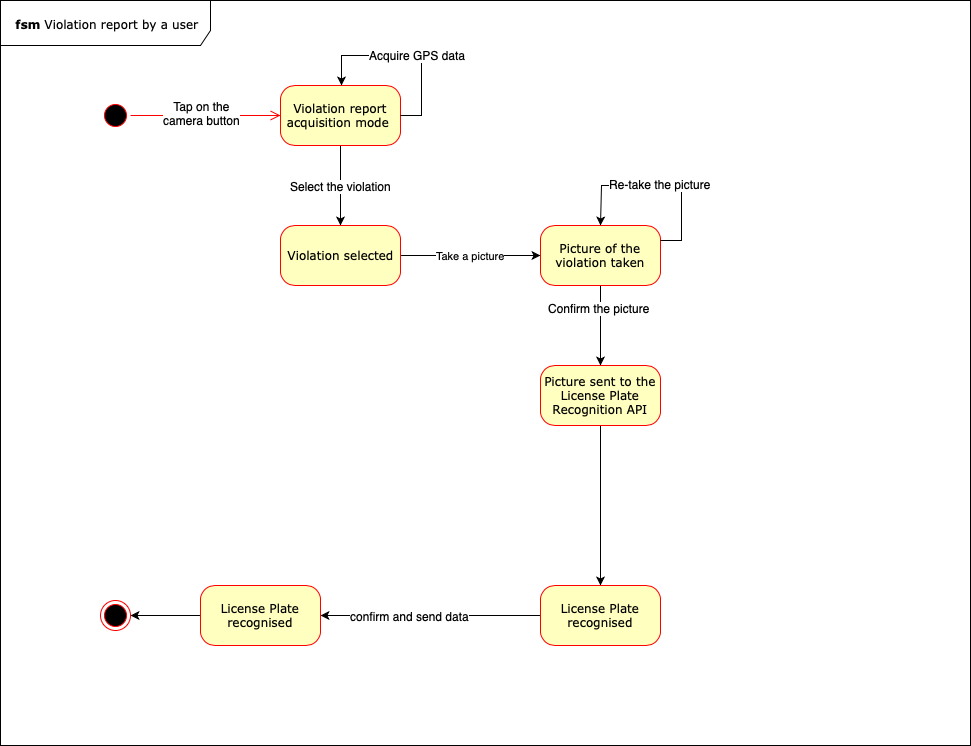
Before: RASD/Images/State_Charts/StateChart_InviaViolazione.png, a diagram exported from draw.io (ste7en/Software-Engineering-2-project-PoliMi). Source tidied: cells renumbered, new cells last; positions are measured from the earlier drawing's top-left corner, leaving out a move shared by most shapes.
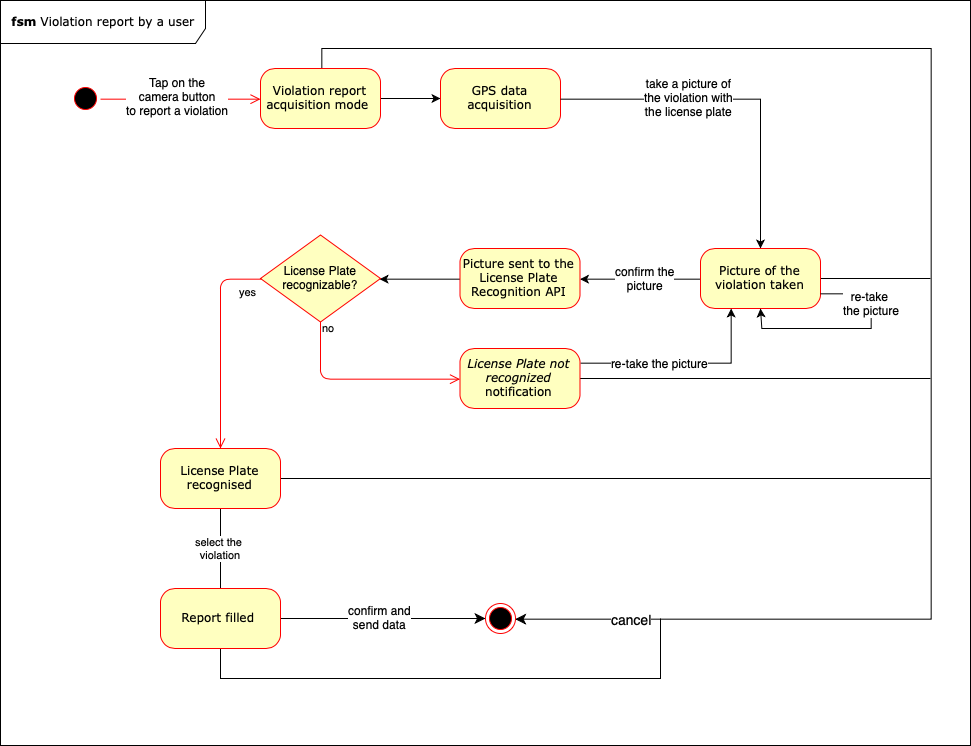
The same diagram one commit later.

Commit message:
Added StateChart_InviaViolazione.png v3 StateChart_InviaViolazione v3

The edit, as a diff of the source:
```diff
@@ -2,93 +2,152 @@
   <root>
     <mxCell id="0" />
     <mxCell id="1" parent="0" />
-    <mxCell id="2" value="&lt;b&gt;fsm &lt;/b&gt;Violation report by a user" style="shape=umlFrame;whiteSpace=wrap;html=1;rounded=1;shadow=0;comic=0;labelBackgroundColor=none;strokeColor=#000000;strokeWidth=1;fillColor=#ffffff;fontFamily=Verdana;fontSize=12;fontColor=#000000;align=center;width=210;height=45;" parent="1" vertex="1">
-      <mxGeometry width="970" height="745" as="geometry" />
+    <mxCell id="2" value="&lt;b&gt;fsm &lt;/b&gt;Violation report by a user" style="shape=umlFrame;whiteSpace=wrap;html=1;rounded=1;shadow=0;comic=0;labelBackgroundColor=none;strokeColor=#000000;strokeWidth=1;fillColor=#ffffff;fontFamily=Verdana;fontSize=12;fontColor=#000000;align=center;width=205;height=43;" parent="1" vertex="1">
+      <mxGeometry x="10" y="17" width="970" height="745" as="geometry" />
     </mxCell>
     <mxCell id="3" style="ellipse;html=1;shape=startState;fillColor=#000000;strokeColor=#ff0000;rounded=1;shadow=0;comic=0;labelBackgroundColor=none;fontFamily=Verdana;fontSize=12;fontColor=#000000;align=center;direction=south;" parent="1" vertex="1">
-      <mxGeometry x="100" y="100" width="30" height="30" as="geometry" />
+      <mxGeometry x="80" y="100" width="30" height="30" as="geometry" />
     </mxCell>
-    <mxCell id="4" style="edgeStyle=orthogonalEdgeStyle;rounded=0;jettySize=auto;html=1;" parent="1" edge="1" source="6" target="8">
-      <mxGeometry relative="1" as="geometry" />
-    </mxCell>
-    <mxCell id="5" value="Select the violation" style="text;html=1;align=center;verticalAlign=middle;labelBackgroundColor=#ffffff;" parent="4" vertex="1">
-      <mxGeometry relative="1" as="geometry" />
-    </mxCell>
+    <mxCell id="26" style="edgeStyle=orthogonalEdgeStyle;rounded=0;jettySize=auto;html=1;" parent="1" edge="1" source="6" target="29">
+      <mxGeometry relative="1" as="geometry" />
+    </mxCell>
+    <mxCell id="27" style="edgeStyle=orthogonalEdgeStyle;rounded=0;jettySize=auto;html=1;entryX=1;entryY=0.5;entryDx=0;entryDy=0;endSize=8;" parent="1" edge="1" source="6" target="25">
+      <mxGeometry relative="1" as="geometry">
+        <Array as="points">
+          <mxPoint x="331" y="65" />
+          <mxPoint x="940" y="65" />
+          <mxPoint x="940" y="636" />
+        </Array>
+      </mxGeometry>
+    </mxCell>
+    <mxCell id="28" value="cancel" style="text;html=1;align=center;verticalAlign=middle;labelBackgroundColor=#ffffff;fontSize=14;" parent="27" vertex="1">
+      <mxGeometry x="0.58" relative="1" as="geometry">
+        <mxPoint x="-226" y="-0.5" as="offset" />
+      </mxGeometry>
+    </mxCell>
     <mxCell id="6" value="Violation report acquisition mode&amp;nbsp;" style="rounded=1;whiteSpace=wrap;html=1;arcSize=24;fillColor=#ffffc0;strokeColor=#ff0000;shadow=0;comic=0;labelBackgroundColor=none;fontFamily=Verdana;fontSize=12;fontColor=#000000;align=center;" parent="1" vertex="1">
-      <mxGeometry x="280" y="85" width="120" height="60" as="geometry" />
+      <mxGeometry x="270" y="85" width="120" height="60" as="geometry" />
     </mxCell>
-    <mxCell id="7" value="Take a picture" style="edgeStyle=orthogonalEdgeStyle;rounded=0;jettySize=auto;html=1;" parent="1" edge="1" source="8" target="11">
-      <mxGeometry relative="1" as="geometry" />
-    </mxCell>
-    <mxCell id="8" value="Violation selected" style="rounded=1;whiteSpace=wrap;html=1;arcSize=24;fillColor=#ffffc0;strokeColor=#ff0000;shadow=0;comic=0;labelBackgroundColor=none;fontFamily=Verdana;fontSize=12;fontColor=#000000;align=center;" parent="1" vertex="1">
-      <mxGeometry x="280" y="225" width="120" height="60" as="geometry" />
-    </mxCell>
+    <mxCell id="29" value="GPS data acquisition" style="rounded=1;whiteSpace=wrap;html=1;arcSize=24;fillColor=#ffffc0;strokeColor=#ff0000;shadow=0;comic=0;labelBackgroundColor=none;fontFamily=Verdana;fontSize=12;fontColor=#000000;align=center;" parent="1" vertex="1">
+      <mxGeometry x="450" y="85" width="120" height="60" as="geometry" />
+    </mxCell>
+    <mxCell id="30" style="edgeStyle=orthogonalEdgeStyle;rounded=0;jettySize=auto;html=1;exitX=1;exitY=0.5;exitDx=0;exitDy=0;" parent="1" edge="1" source="29" target="11">
+      <mxGeometry relative="1" as="geometry" />
+    </mxCell>
+    <mxCell id="31" value="take a picture of&lt;br&gt;the violation with&lt;br&gt;the license plate" style="text;html=1;align=center;verticalAlign=middle;labelBackgroundColor=#ffffff;" parent="30" vertex="1">
+      <mxGeometry x="-0.27" y="2" relative="1" as="geometry" />
+    </mxCell>
-    <mxCell id="9" style="edgeStyle=orthogonalEdgeStyle;rounded=0;jettySize=auto;html=1;" parent="1" edge="1" source="11" target="13">
+    <mxCell id="9" style="edgeStyle=orthogonalEdgeStyle;rounded=0;jettySize=auto;html=1;exitX=0;exitY=0.5;exitDx=0;exitDy=0;" parent="1" edge="1" source="11" target="13">
       <mxGeometry relative="1" as="geometry" />
     </mxCell>
-    <mxCell id="10" value="Confirm the picture" style="text;html=1;align=center;verticalAlign=middle;labelBackgroundColor=#ffffff;" parent="9" vertex="1">
-      <mxGeometry x="-0.44" y="-2" relative="1" as="geometry" />
-    </mxCell>
+    <mxCell id="32" value="confirm the&lt;br&gt;picture" style="text;html=1;align=center;verticalAlign=middle;labelBackgroundColor=#ffffff;" parent="9" vertex="1">
+      <mxGeometry x="0.01" y="-5" relative="1" as="geometry">
+        <mxPoint x="5" y="4" as="offset" />
+      </mxGeometry>
+    </mxCell>
+    <mxCell id="33" style="edgeStyle=none;rounded=0;jettySize=auto;html=1;endArrow=none;endFill=0;strokeColor=#000000;" parent="1" edge="1" source="11">
+      <mxGeometry relative="1" as="geometry">
+        <mxPoint x="940" y="295" as="targetPoint" />
+      </mxGeometry>
+    </mxCell>
     <mxCell id="11" value="Picture of the violation taken" style="rounded=1;whiteSpace=wrap;html=1;arcSize=24;fillColor=#ffffc0;strokeColor=#ff0000;shadow=0;comic=0;labelBackgroundColor=none;fontFamily=Verdana;fontSize=12;fontColor=#000000;align=center;" parent="1" vertex="1">
-      <mxGeometry x="540" y="225" width="120" height="60" as="geometry" />
+      <mxGeometry x="710" y="265" width="120" height="60" as="geometry" />
     </mxCell>
-    <mxCell id="12" style="edgeStyle=orthogonalEdgeStyle;rounded=0;jettySize=auto;html=1;" parent="1" edge="1" source="13" target="16">
-      <mxGeometry relative="1" as="geometry" />
-    </mxCell>
+    <mxCell id="34" style="edgeStyle=orthogonalEdgeStyle;rounded=0;jettySize=auto;html=1;" parent="1" edge="1" source="13" target="41">
+      <mxGeometry relative="1" as="geometry" />
+    </mxCell>
     <mxCell id="13" value="Picture sent to the License Plate Recognition API" style="rounded=1;whiteSpace=wrap;html=1;arcSize=24;fillColor=#ffffc0;strokeColor=#ff0000;shadow=0;comic=0;labelBackgroundColor=none;fontFamily=Verdana;fontSize=12;fontColor=#000000;align=center;" parent="1" vertex="1">
-      <mxGeometry x="540" y="365" width="120" height="60" as="geometry" />
+      <mxGeometry x="469.5" y="265" width="120" height="60" as="geometry" />
     </mxCell>
-    <mxCell id="14" style="edgeStyle=orthogonalEdgeStyle;rounded=0;jettySize=auto;html=1;" parent="1" edge="1" source="16" target="18">
-      <mxGeometry relative="1" as="geometry" />
-    </mxCell>
+    <mxCell id="35" style="edgeStyle=none;rounded=0;jettySize=auto;html=1;endArrow=none;endFill=0;strokeColor=#000000;" parent="1" edge="1" source="16">
+      <mxGeometry relative="1" as="geometry">
+        <mxPoint x="940" y="495" as="targetPoint" />
+      </mxGeometry>
+    </mxCell>
+    <mxCell id="36" value="select the &lt;br&gt;violation" style="edgeStyle=none;rounded=0;jettySize=auto;html=1;endArrow=none;endFill=0;strokeColor=#000000;" parent="1" edge="1" source="16" target="39">
+      <mxGeometry relative="1" as="geometry" />
+    </mxCell>
+    <mxCell id="16" value="License Plate recognised" style="rounded=1;whiteSpace=wrap;html=1;arcSize=24;fillColor=#ffffc0;strokeColor=#ff0000;shadow=0;comic=0;labelBackgroundColor=none;fontFamily=Verdana;fontSize=12;fontColor=#000000;align=center;" parent="1" vertex="1">
+      <mxGeometry x="170" y="465" width="120" height="60" as="geometry" />
+    </mxCell>
+    <mxCell id="37" style="edgeStyle=none;rounded=0;jettySize=auto;html=1;exitX=1;exitY=0.5;exitDx=0;exitDy=0;endArrow=classic;endFill=1;strokeColor=#000000;endSize=8;" parent="1" edge="1" source="39" target="25">
+      <mxGeometry relative="1" as="geometry" />
+    </mxCell>
-    <mxCell id="15" value="confirm and send data" style="text;html=1;align=center;verticalAlign=middle;labelBackgroundColor=#ffffff;" parent="14" vertex="1">
-      <mxGeometry x="0.18" relative="1" as="geometry">
-        <mxPoint x="-1" as="offset" />
+    <mxCell id="15" value="confirm and&lt;br&gt;send data" style="text;html=1;align=center;verticalAlign=middle;labelBackgroundColor=#ffffff;" parent="37" vertex="1">
+      <mxGeometry x="-0.15" y="2" relative="1" as="geometry">
+        <mxPoint x="12" as="offset" />
       </mxGeometry>
     </mxCell>
-    <mxCell id="16" value="License Plate recognised" style="rounded=1;whiteSpace=wrap;html=1;arcSize=24;fillColor=#ffffc0;strokeColor=#ff0000;shadow=0;comic=0;labelBackgroundColor=none;fontFamily=Verdana;fontSize=12;fontColor=#000000;align=center;" parent="1" vertex="1">
-      <mxGeometry x="540" y="585" width="120" height="60" as="geometry" />
-    </mxCell>
-    <mxCell id="17" style="edgeStyle=orthogonalEdgeStyle;rounded=0;jettySize=auto;html=1;" parent="1" edge="1" source="18" target="25">
-      <mxGeometry relative="1" as="geometry" />
-    </mxCell>
-    <mxCell id="18" value="License Plate recognised" style="rounded=1;whiteSpace=wrap;html=1;arcSize=24;fillColor=#ffffc0;strokeColor=#ff0000;shadow=0;comic=0;labelBackgroundColor=none;fontFamily=Verdana;fontSize=12;fontColor=#000000;align=center;" parent="1" vertex="1">
-      <mxGeometry x="200" y="585" width="120" height="60" as="geometry" />
-    </mxCell>
+    <mxCell id="38" style="edgeStyle=none;rounded=0;jettySize=auto;html=1;endArrow=none;endFill=0;strokeColor=#000000;fontSize=14;exitX=0.5;exitY=1;exitDx=0;exitDy=0;" parent="1" edge="1" source="39">
+      <mxGeometry relative="1" as="geometry">
+        <mxPoint x="670" y="635" as="targetPoint" />
+        <Array as="points">
+          <mxPoint x="230" y="695" />
+          <mxPoint x="460" y="695" />
+          <mxPoint x="670" y="695" />
+        </Array>
+      </mxGeometry>
+    </mxCell>
+    <mxCell id="39" value="Report filled&amp;nbsp;" style="rounded=1;whiteSpace=wrap;html=1;arcSize=24;fillColor=#ffffc0;strokeColor=#ff0000;shadow=0;comic=0;labelBackgroundColor=none;fontFamily=Verdana;fontSize=12;fontColor=#000000;align=center;" parent="1" vertex="1">
+      <mxGeometry x="170" y="605" width="120" height="60" as="geometry" />
+    </mxCell>
     <mxCell id="19" style="edgeStyle=orthogonalEdgeStyle;html=1;labelBackgroundColor=none;endArrow=open;endSize=8;strokeColor=#ff0000;fontFamily=Verdana;fontSize=12;align=left;" parent="1" edge="1" source="3" target="6">
       <mxGeometry relative="1" as="geometry" />
     </mxCell>
-    <mxCell id="20" value="Tap on the&lt;br&gt;camera button" style="text;html=1;align=center;verticalAlign=middle;labelBackgroundColor=#ffffff;" parent="19" vertex="1">
+    <mxCell id="20" value="Tap on the&lt;br&gt;camera button&lt;br&gt;to report a violation" style="text;html=1;align=center;verticalAlign=middle;labelBackgroundColor=#ffffff;" parent="19" vertex="1">
       <mxGeometry y="5" relative="1" as="geometry">
         <mxPoint x="-4" y="2" as="offset" />
       </mxGeometry>
     </mxCell>
-    <mxCell id="21" style="edgeStyle=orthogonalEdgeStyle;rounded=0;orthogonalLoop=1;jettySize=auto;html=1;exitX=1;exitY=0.5;exitDx=0;exitDy=0;" parent="1" edge="1" source="6" target="6">
-      <mxGeometry relative="1" as="geometry">
-        <Array as="points">
-          <mxPoint x="421" y="115" />
-          <mxPoint x="421" y="55" />
-          <mxPoint x="341" y="55" />
-        </Array>
-      </mxGeometry>
-    </mxCell>
-    <mxCell id="22" value="Acquire GPS data" style="text;html=1;align=center;verticalAlign=middle;labelBackgroundColor=#ffffff;" parent="21" vertex="1">
-      <mxGeometry x="-0.1" y="-1" relative="1" as="geometry" />
-    </mxCell>
+    <mxCell id="25" style="ellipse;html=1;shape=endState;fillColor=#000000;strokeColor=#ff0000;" parent="1" vertex="1">
+      <mxGeometry x="495" y="620" width="30" height="30" as="geometry" />
+    </mxCell>
-    <mxCell id="23" style="edgeStyle=orthogonalEdgeStyle;rounded=0;orthogonalLoop=1;jettySize=auto;html=1;exitX=1;exitY=0.25;exitDx=0;exitDy=0;entryX=0.5;entryY=0;entryDx=0;entryDy=0;" parent="1" edge="1" source="11" target="11">
+    <mxCell id="23" style="edgeStyle=orthogonalEdgeStyle;rounded=0;orthogonalLoop=1;jettySize=auto;html=1;entryX=0.5;entryY=1;entryDx=0;entryDy=0;exitX=1;exitY=0.75;exitDx=0;exitDy=0;" parent="1" edge="1" source="11" target="11">
       <mxGeometry relative="1" as="geometry">
         <Array as="points">
-          <mxPoint x="681" y="240" />
-          <mxPoint x="681" y="185" />
-          <mxPoint x="601" y="185" />
+          <mxPoint x="880" y="310" />
+          <mxPoint x="880" y="345" />
+          <mxPoint x="771" y="345" />
         </Array>
       </mxGeometry>
     </mxCell>
-    <mxCell id="24" value="Re-take the picture" style="text;html=1;align=center;verticalAlign=middle;labelBackgroundColor=#ffffff;" parent="23" vertex="1">
-      <mxGeometry y="-2" relative="1" as="geometry" />
-    </mxCell>
-    <mxCell id="25" style="ellipse;html=1;shape=endState;fillColor=#000000;strokeColor=#ff0000;" parent="1" vertex="1">
-      <mxGeometry x="100" y="600" width="30" height="30" as="geometry" />
-    </mxCell>
+    <mxCell id="40" value="re-take &lt;br&gt;the picture" style="text;html=1;align=center;verticalAlign=middle;labelBackgroundColor=#ffffff;" parent="23" vertex="1">
+      <mxGeometry x="-0.44" y="1" relative="1" as="geometry">
+        <mxPoint x="-1" as="offset" />
+      </mxGeometry>
+    </mxCell>
+    <mxCell id="41" value="License Plate&lt;br&gt;recognizable?" style="rhombus;whiteSpace=wrap;html=1;fillColor=#ffffc0;strokeColor=#ff0000;" parent="1" vertex="1">
+      <mxGeometry x="270" y="251.5" width="120" height="87" as="geometry" />
+    </mxCell>
+    <mxCell id="42" value="no" style="edgeStyle=orthogonalEdgeStyle;html=1;align=left;verticalAlign=bottom;endArrow=open;endSize=8;strokeColor=#ff0000;" parent="1" edge="1" source="41" target="47">
+      <mxGeometry x="-0.85" relative="1" as="geometry">
+        <Array as="points">
+          <mxPoint x="330" y="395" />
+        </Array>
+      </mxGeometry>
+    </mxCell>
+    <mxCell id="43" value="yes" style="edgeStyle=orthogonalEdgeStyle;html=1;align=left;verticalAlign=top;endArrow=open;endSize=8;strokeColor=#ff0000;entryX=0.5;entryY=0;entryDx=0;entryDy=0;" parent="1" edge="1" source="41" target="16">
+      <mxGeometry x="-0.77" relative="1" as="geometry">
+        <Array as="points">
+          <mxPoint x="230" y="295" />
+        </Array>
+      </mxGeometry>
+    </mxCell>
+    <mxCell id="44" style="edgeStyle=orthogonalEdgeStyle;rounded=0;jettySize=auto;html=1;entryX=0.25;entryY=1;entryDx=0;entryDy=0;exitX=1;exitY=0.25;exitDx=0;exitDy=0;" parent="1" edge="1" source="47" target="11">
+      <mxGeometry relative="1" as="geometry" />
+    </mxCell>
+    <mxCell id="45" value="re-take the picture" style="text;html=1;align=center;verticalAlign=middle;labelBackgroundColor=#ffffff;" parent="44" vertex="1">
+      <mxGeometry x="-0.11" relative="1" as="geometry">
+        <mxPoint x="-13" as="offset" />
+      </mxGeometry>
+    </mxCell>
+    <mxCell id="46" style="edgeStyle=none;rounded=0;jettySize=auto;html=1;endArrow=none;endFill=0;strokeColor=#000000;" parent="1" edge="1" source="47">
+      <mxGeometry relative="1" as="geometry">
+        <mxPoint x="940" y="395" as="targetPoint" />
+      </mxGeometry>
+    </mxCell>
+    <mxCell id="47" value="&lt;i&gt;License Plate not recognized&lt;/i&gt; notification" style="rounded=1;whiteSpace=wrap;html=1;arcSize=24;fillColor=#ffffc0;strokeColor=#ff0000;shadow=0;comic=0;labelBackgroundColor=none;fontFamily=Verdana;fontSize=12;fontColor=#000000;align=center;" parent="1" vertex="1">
+      <mxGeometry x="469.5" y="365" width="120" height="60" as="geometry" />
+    </mxCell>
   </root>
 </mxGraphModel>
```
